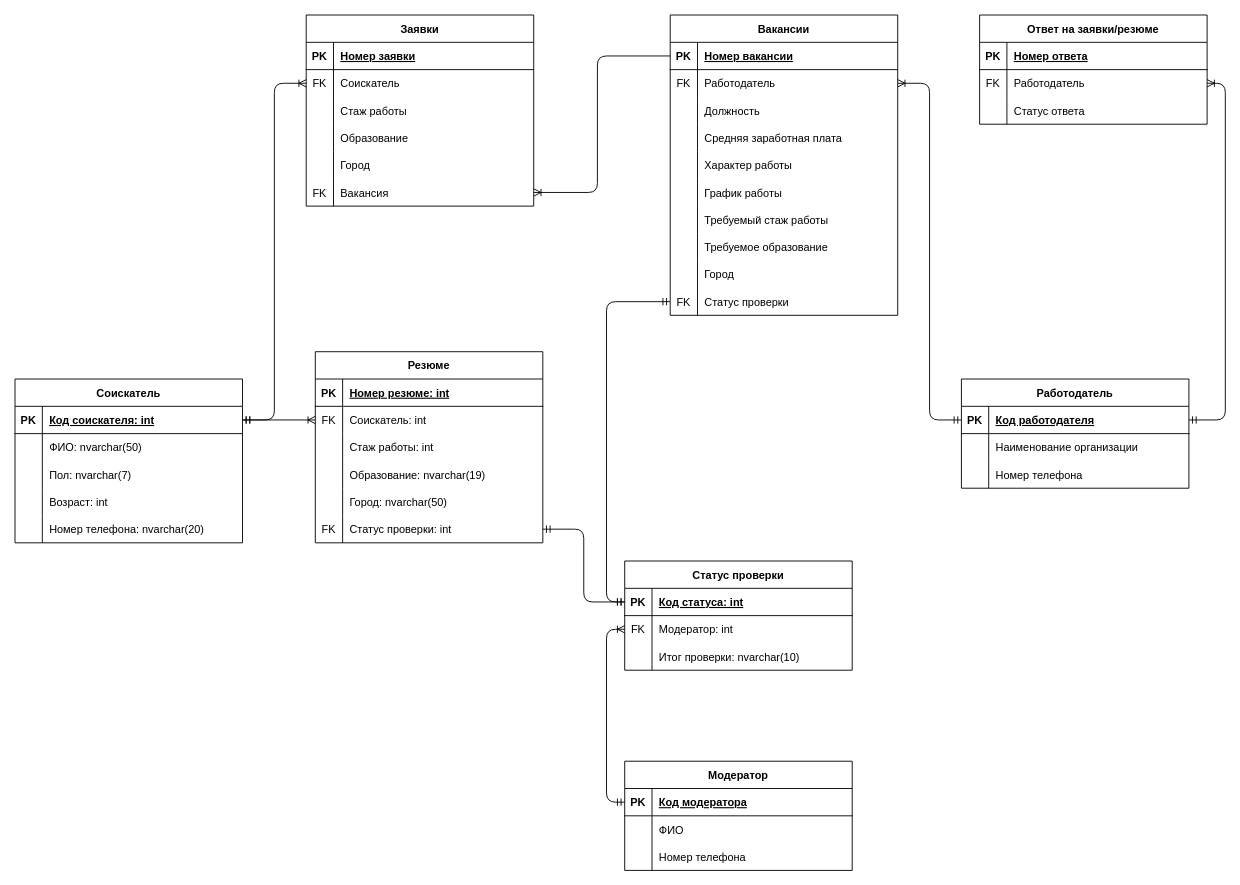
The draw.io diagram Diagrams/Entity Relationship Diagram.drawio in FullOfDelirium/Employment-agency, before the edit. Source tidied: cells renumbered, new cells numbered last; positions are measured from the earlier drawing's top-left corner, leaving out a move shared by most shapes. Both pictures are drawn from the tidied source at 91%, with x=0, y=0 at pixel (15, 15).
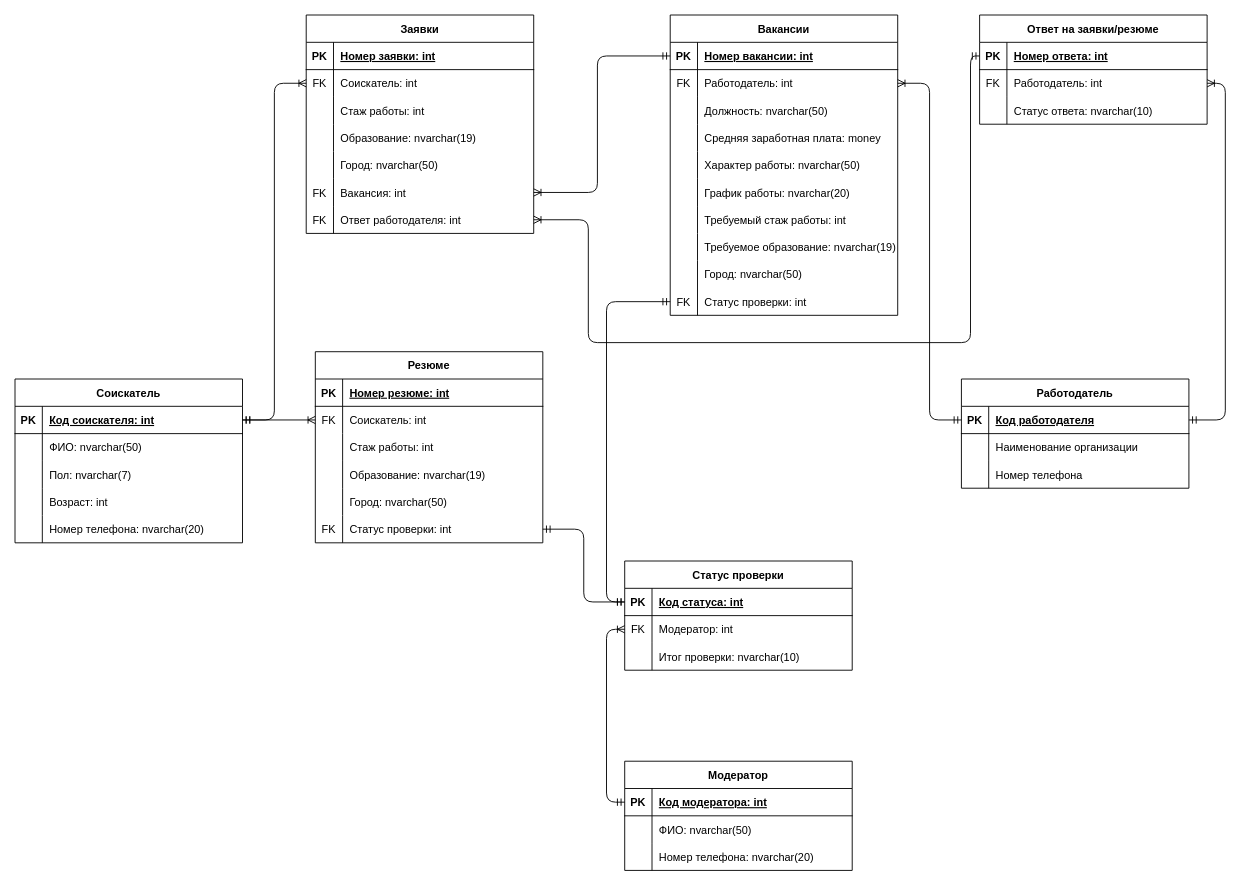
The same diagram, later.

Unchanged cells that the change refers to:
```xml
<mxCell id="22" style="shape=partialRectangle;fillColor=none;points=[[0,0.5],[1,0.5]];portConstraint=eastwest;top=0;left=0;right=0;bottom=1;" parent="21" vertex="1">
  <mxGeometry y="30" width="250" height="30" as="geometry" />
</mxCell>
<mxCell id="25" style="shape=partialRectangle;fillColor=none;points=[[0,0.5],[1,0.5]];portConstraint=eastwest;top=0;left=0;right=0;bottom=0;" parent="21" vertex="1">
  <mxGeometry y="60" width="250" height="30" as="geometry" />
</mxCell>
<mxCell id="28" style="shape=partialRectangle;fillColor=none;top=0;left=0;right=0;bottom=0;" parent="21" vertex="1">
  <mxGeometry y="90" width="250" height="30" as="geometry" />
</mxCell>
<mxCell id="31" style="shape=partialRectangle;fillColor=none;top=0;left=0;right=0;bottom=0;" parent="21" vertex="1">
  <mxGeometry y="120" width="250" height="30" as="geometry" />
</mxCell>
<mxCell id="34" style="shape=partialRectangle;fillColor=none;top=0;left=0;right=0;bottom=0;" parent="21" vertex="1">
  <mxGeometry y="150" width="250" height="30" as="geometry" />
</mxCell>
<mxCell id="37" style="shape=partialRectangle;fillColor=none;top=0;left=0;right=0;bottom=0;" parent="21" vertex="1">
  <mxGeometry y="180" width="250" height="30" as="geometry" />
</mxCell>
<mxCell id="40" style="shape=partialRectangle;fillColor=none;top=0;left=0;right=0;bottom=0;" parent="21" vertex="1">
  <mxGeometry y="210" width="250" height="30" as="geometry" />
</mxCell>
<mxCell id="43" style="shape=partialRectangle;fillColor=none;top=0;left=0;right=0;bottom=0;" parent="21" vertex="1">
  <mxGeometry y="240" width="250" height="30" as="geometry" />
</mxCell>
<mxCell id="46" style="shape=partialRectangle;fillColor=none;top=0;left=0;right=0;bottom=0;" parent="21" vertex="1">
  <mxGeometry y="270" width="250" height="30" as="geometry" />
</mxCell>
<mxCell id="49" style="shape=partialRectangle;fillColor=none;points=[[0,0.5],[1,0.5]];portConstraint=eastwest;top=0;left=0;right=0;bottom=0;" parent="21" vertex="1">
  <mxGeometry y="300" width="250" height="30" as="geometry" />
</mxCell>
<mxCell id="53" style="shape=partialRectangle;fillColor=none;top=0;left=0;right=0;bottom=1;" parent="52" vertex="1">
  <mxGeometry y="30" width="250" height="30" as="geometry" />
</mxCell>
<mxCell id="56" style="shape=partialRectangle;fillColor=none;points=[[0,0.5],[1,0.5]];portConstraint=eastwest;top=0;left=0;right=0;bottom=0;" parent="52" vertex="1">
  <mxGeometry y="60" width="250" height="30" as="geometry" />
</mxCell>
<mxCell id="59" style="shape=partialRectangle;fillColor=none;top=0;left=0;right=0;bottom=0;" parent="52" vertex="1">
  <mxGeometry y="90" width="250" height="30" as="geometry" />
</mxCell>
<mxCell id="62" style="shape=partialRectangle;fillColor=none;top=0;left=0;right=0;bottom=0;" parent="52" vertex="1">
  <mxGeometry y="120" width="250" height="30" as="geometry" />
</mxCell>
<mxCell id="65" style="shape=partialRectangle;fillColor=none;top=0;left=0;right=0;bottom=0;" parent="52" vertex="1">
  <mxGeometry y="150" width="250" height="30" as="geometry" />
</mxCell>
<mxCell id="68" style="shape=partialRectangle;fillColor=none;points=[[0,0.5],[1,0.5]];portConstraint=eastwest;top=0;left=0;right=0;bottom=0;" parent="52" vertex="1">
  <mxGeometry y="180" width="250" height="30" as="geometry" />
</mxCell>
<mxCell id="98" style="shape=partialRectangle;fillColor=none;points=[[0,0.5],[1,0.5]];portConstraint=eastwest;top=0;left=0;right=0;bottom=1;" parent="97" vertex="1">
  <mxGeometry y="30" width="250" height="30" as="geometry" />
</mxCell>
<mxCell id="101" style="shape=partialRectangle;fillColor=none;top=0;left=0;right=0;bottom=0;strokeColor=default;fontColor=default;" parent="97" vertex="1">
  <mxGeometry y="60" width="250" height="30" as="geometry" />
</mxCell>
<mxCell id="104" style="shape=partialRectangle;fillColor=none;top=0;left=0;right=0;bottom=0;" parent="97" vertex="1">
  <mxGeometry y="90" width="250" height="30" as="geometry" />
</mxCell>
<mxCell id="111" style="shape=partialRectangle;fillColor=none;points=[[0,0.5],[1,0.5]];portConstraint=eastwest;top=0;left=0;right=0;bottom=1;" parent="110" vertex="1">
  <mxGeometry y="30" width="250" height="30" as="geometry" />
</mxCell>
<mxCell id="114" style="shape=partialRectangle;fillColor=none;points=[[0,0.5],[1,0.5]];portConstraint=eastwest;top=0;left=0;right=0;bottom=0;" parent="110" vertex="1">
  <mxGeometry y="60" width="250" height="30" as="geometry" />
</mxCell>
<mxCell id="117" style="shape=partialRectangle;fillColor=none;top=0;left=0;right=0;bottom=0;" parent="110" vertex="1">
  <mxGeometry y="90" width="250" height="30" as="geometry" />
</mxCell>
```

The edit, as a diff of the source:
```diff
@@
-    <mxCell id="24" value="Номер вакансии" style="shape=partialRectangle;overflow=hidden;fillColor=none;top=0;left=0;bottom=0;right=0;align=left;spacingLeft=6;fontStyle=5;" parent="22" vertex="1">
+    <mxCell id="24" value="Номер вакансии: int" style="shape=partialRectangle;overflow=hidden;fillColor=none;top=0;left=0;bottom=0;right=0;align=left;spacingLeft=6;fontStyle=5;" parent="22" vertex="1">
       <mxGeometry x="30" width="220" height="30" as="geometry" />
     </mxCell>
@@
-    <mxCell id="27" value="Работодатель" style="shape=partialRectangle;overflow=hidden;fillColor=none;top=0;left=0;bottom=0;right=0;align=left;spacingLeft=6;fontColor=default;" parent="25" vertex="1">
+    <mxCell id="27" value="Работодатель: int" style="shape=partialRectangle;overflow=hidden;fillColor=none;top=0;left=0;bottom=0;right=0;align=left;spacingLeft=6;fontColor=default;" parent="25" vertex="1">
       <mxGeometry x="30" width="220" height="30" as="geometry" />
     </mxCell>
@@
-    <mxCell id="30" value="Должность" style="shape=partialRectangle;overflow=hidden;fillColor=none;top=0;left=0;bottom=0;right=0;align=left;spacingLeft=6;" parent="28" vertex="1">
+    <mxCell id="30" value="Должность: nvarchar(50)" style="shape=partialRectangle;overflow=hidden;fillColor=none;top=0;left=0;bottom=0;right=0;align=left;spacingLeft=6;" parent="28" vertex="1">
       <mxGeometry x="30" width="220" height="30" as="geometry" />
     </mxCell>
@@
-    <mxCell id="33" value="Средняя заработная плата" style="shape=partialRectangle;overflow=hidden;fillColor=none;top=0;left=0;bottom=0;right=0;align=left;spacingLeft=6;" parent="31" vertex="1">
+    <mxCell id="33" value="Средняя заработная плата: money" style="shape=partialRectangle;overflow=hidden;fillColor=none;top=0;left=0;bottom=0;right=0;align=left;spacingLeft=6;" parent="31" vertex="1">
       <mxGeometry x="30" width="220" height="30" as="geometry" />
     </mxCell>
@@
-    <mxCell id="36" value="Характер работы" style="shape=partialRectangle;overflow=hidden;fillColor=none;top=0;left=0;bottom=0;right=0;align=left;spacingLeft=6;" parent="34" vertex="1">
+    <mxCell id="36" value="Характер работы: nvarchar(50)" style="shape=partialRectangle;overflow=hidden;fillColor=none;top=0;left=0;bottom=0;right=0;align=left;spacingLeft=6;" parent="34" vertex="1">
       <mxGeometry x="30" width="220" height="30" as="geometry" />
     </mxCell>
@@
-    <mxCell id="39" value="График работы" style="shape=partialRectangle;overflow=hidden;fillColor=none;top=0;left=0;bottom=0;right=0;align=left;spacingLeft=6;" parent="37" vertex="1">
+    <mxCell id="39" value="График работы: nvarchar(20)" style="shape=partialRectangle;overflow=hidden;fillColor=none;top=0;left=0;bottom=0;right=0;align=left;spacingLeft=6;" parent="37" vertex="1">
       <mxGeometry x="30" width="220" height="30" as="geometry" />
     </mxCell>
@@
-    <mxCell id="42" value="Требуемый стаж работы" style="shape=partialRectangle;overflow=hidden;fillColor=none;top=0;left=0;bottom=0;right=0;align=left;spacingLeft=6;" parent="40" vertex="1">
+    <mxCell id="42" value="Требуемый стаж работы: int" style="shape=partialRectangle;overflow=hidden;fillColor=none;top=0;left=0;bottom=0;right=0;align=left;spacingLeft=6;" parent="40" vertex="1">
       <mxGeometry x="30" width="220" height="30" as="geometry" />
     </mxCell>
@@
-    <mxCell id="45" value="Требуемое образование" style="shape=partialRectangle;overflow=hidden;fillColor=none;top=0;left=0;bottom=0;right=0;align=left;spacingLeft=6;" parent="43" vertex="1">
+    <mxCell id="45" value="Требуемое образование: nvarchar(19)" style="shape=partialRectangle;overflow=hidden;fillColor=none;top=0;left=0;bottom=0;right=0;align=left;spacingLeft=6;" parent="43" vertex="1">
       <mxGeometry x="30" width="220" height="30" as="geometry" />
     </mxCell>
@@
-    <mxCell id="48" value="Город" style="shape=partialRectangle;overflow=hidden;fillColor=none;top=0;left=0;bottom=0;right=0;align=left;spacingLeft=6;" parent="46" vertex="1">
+    <mxCell id="48" value="Город: nvarchar(50)" style="shape=partialRectangle;overflow=hidden;fillColor=none;top=0;left=0;bottom=0;right=0;align=left;spacingLeft=6;" parent="46" vertex="1">
       <mxGeometry x="30" width="220" height="30" as="geometry" />
     </mxCell>
@@
-    <mxCell id="51" value="Статус проверки" style="shape=partialRectangle;overflow=hidden;fillColor=none;top=0;left=0;bottom=0;right=0;align=left;spacingLeft=6;" parent="49" vertex="1">
+    <mxCell id="51" value="Статус проверки: int" style="shape=partialRectangle;overflow=hidden;fillColor=none;top=0;left=0;bottom=0;right=0;align=left;spacingLeft=6;" parent="49" vertex="1">
       <mxGeometry x="30" width="220" height="30" as="geometry" />
     </mxCell>
     <mxCell id="52" value="Заявки" style="shape=table;startSize=30;childLayout=tableLayout;rowLines=0;fontStyle=1;align=center;fillColor=default;strokeColor=default;fontColor=default;" parent="1" vertex="1">
-      <mxGeometry x="320" width="250" height="210" as="geometry" />
+      <mxGeometry x="320" width="250" height="240" as="geometry" />
     </mxCell>
@@
-    <mxCell id="55" value="Номер заявки" style="shape=partialRectangle;overflow=hidden;fillColor=none;top=0;left=0;bottom=0;right=0;align=left;spacingLeft=6;fontStyle=5;fontColor=default;" parent="53" vertex="1">
+    <mxCell id="55" value="Номер заявки: int" style="shape=partialRectangle;overflow=hidden;fillColor=none;top=0;left=0;bottom=0;right=0;align=left;spacingLeft=6;fontStyle=5;fontColor=default;" parent="53" vertex="1">
       <mxGeometry x="30" width="220" height="30" as="geometry" />
     </mxCell>
@@
-    <mxCell id="58" value="Соискатель" style="shape=partialRectangle;overflow=hidden;fillColor=none;top=0;left=0;bottom=0;right=0;align=left;spacingLeft=6;fontColor=default;" parent="56" vertex="1">
+    <mxCell id="58" value="Соискатель: int" style="shape=partialRectangle;overflow=hidden;fillColor=none;top=0;left=0;bottom=0;right=0;align=left;spacingLeft=6;fontColor=default;" parent="56" vertex="1">
       <mxGeometry x="30" width="220" height="30" as="geometry" />
     </mxCell>
@@
-    <mxCell id="61" value="Стаж работы" style="shape=partialRectangle;overflow=hidden;fillColor=none;top=0;left=0;bottom=0;right=0;align=left;spacingLeft=6;" parent="59" vertex="1">
+    <mxCell id="61" value="Стаж работы: int" style="shape=partialRectangle;overflow=hidden;fillColor=none;top=0;left=0;bottom=0;right=0;align=left;spacingLeft=6;" parent="59" vertex="1">
       <mxGeometry x="30" width="220" height="30" as="geometry" />
     </mxCell>
@@
-    <mxCell id="64" value="Образование" style="shape=partialRectangle;overflow=hidden;fillColor=none;top=0;left=0;bottom=0;right=0;align=left;spacingLeft=6;" parent="62" vertex="1">
+    <mxCell id="64" value="Образование: nvarchar(19)" style="shape=partialRectangle;overflow=hidden;fillColor=none;top=0;left=0;bottom=0;right=0;align=left;spacingLeft=6;" parent="62" vertex="1">
       <mxGeometry x="30" width="220" height="30" as="geometry" />
     </mxCell>
@@
-    <mxCell id="67" value="Город" style="shape=partialRectangle;overflow=hidden;fillColor=none;top=0;left=0;bottom=0;right=0;align=left;spacingLeft=6;" parent="65" vertex="1">
+    <mxCell id="67" value="Город: nvarchar(50)" style="shape=partialRectangle;overflow=hidden;fillColor=none;top=0;left=0;bottom=0;right=0;align=left;spacingLeft=6;" parent="65" vertex="1">
       <mxGeometry x="30" width="220" height="30" as="geometry" />
     </mxCell>
@@
-    <mxCell id="70" value="Вакансия" style="shape=partialRectangle;overflow=hidden;fillColor=none;top=0;left=0;bottom=0;right=0;align=left;spacingLeft=6;" parent="68" vertex="1">
+    <mxCell id="70" value="Вакансия: int" style="shape=partialRectangle;overflow=hidden;fillColor=none;top=0;left=0;bottom=0;right=0;align=left;spacingLeft=6;" parent="68" vertex="1">
       <mxGeometry x="30" width="220" height="30" as="geometry" />
     </mxCell>
+    <mxCell id="135" style="shape=partialRectangle;fillColor=none;points=[[0,0.5],[1,0.5]];portConstraint=eastwest;top=0;left=0;right=0;bottom=0;" parent="52" vertex="1">
+      <mxGeometry y="210" width="250" height="30" as="geometry" />
+    </mxCell>
+    <mxCell id="136" value="FK" style="shape=partialRectangle;overflow=hidden;fillColor=none;top=0;left=0;bottom=0;right=0;" parent="135" vertex="1">
+      <mxGeometry width="30" height="30" as="geometry" />
+    </mxCell>
+    <mxCell id="137" value="Ответ работодателя: int" style="shape=partialRectangle;overflow=hidden;fillColor=none;top=0;left=0;bottom=0;right=0;align=left;spacingLeft=6;" parent="135" vertex="1">
+      <mxGeometry x="30" width="220" height="30" as="geometry" />
+    </mxCell>
@@
-    <mxCell id="100" value="Код модератора" style="shape=partialRectangle;overflow=hidden;fillColor=none;top=0;left=0;bottom=0;right=0;align=left;spacingLeft=6;fontStyle=5;fontColor=default;" parent="98" vertex="1">
+    <mxCell id="100" value="Код модератора: int" style="shape=partialRectangle;overflow=hidden;fillColor=none;top=0;left=0;bottom=0;right=0;align=left;spacingLeft=6;fontStyle=5;fontColor=default;" parent="98" vertex="1">
       <mxGeometry x="30" width="220" height="30" as="geometry" />
     </mxCell>
@@
-    <mxCell id="103" value="ФИО" style="shape=partialRectangle;overflow=hidden;fillColor=none;top=0;left=0;bottom=0;right=0;align=left;spacingLeft=6;fontColor=default;" parent="101" vertex="1">
+    <mxCell id="103" value="ФИО: nvarchar(50)" style="shape=partialRectangle;overflow=hidden;fillColor=none;top=0;left=0;bottom=0;right=0;align=left;spacingLeft=6;fontColor=default;" parent="101" vertex="1">
       <mxGeometry x="30" width="220" height="30" as="geometry" />
     </mxCell>
@@
-    <mxCell id="106" value="Номер телефона" style="shape=partialRectangle;overflow=hidden;fillColor=none;top=0;left=0;bottom=0;right=0;align=left;spacingLeft=6;fontColor=default;" parent="104" vertex="1">
+    <mxCell id="106" value="Номер телефона: nvarchar(20)" style="shape=partialRectangle;overflow=hidden;fillColor=none;top=0;left=0;bottom=0;right=0;align=left;spacingLeft=6;fontColor=default;" parent="104" vertex="1">
       <mxGeometry x="30" width="220" height="30" as="geometry" />
     </mxCell>
@@
-    <mxCell id="113" value="Номер ответа" style="shape=partialRectangle;overflow=hidden;fillColor=none;top=0;left=0;bottom=0;right=0;align=left;spacingLeft=6;fontStyle=5;fontColor=default;" parent="111" vertex="1">
+    <mxCell id="113" value="Номер ответа: int" style="shape=partialRectangle;overflow=hidden;fillColor=none;top=0;left=0;bottom=0;right=0;align=left;spacingLeft=6;fontStyle=5;fontColor=default;" parent="111" vertex="1">
       <mxGeometry x="30" width="220" height="30" as="geometry" />
     </mxCell>
@@
-    <mxCell id="116" value="Работодатель" style="shape=partialRectangle;overflow=hidden;fillColor=none;top=0;left=0;bottom=0;right=0;align=left;spacingLeft=6;" parent="114" vertex="1">
+    <mxCell id="116" value="Работодатель: int" style="shape=partialRectangle;overflow=hidden;fillColor=none;top=0;left=0;bottom=0;right=0;align=left;spacingLeft=6;" parent="114" vertex="1">
       <mxGeometry x="30" width="220" height="30" as="geometry" />
     </mxCell>
@@
-    <mxCell id="119" value="Статус ответа" style="shape=partialRectangle;overflow=hidden;fillColor=none;top=0;left=0;bottom=0;right=0;align=left;spacingLeft=6;" parent="117" vertex="1">
+    <mxCell id="119" value="Статус ответа: nvarchar(10)" style="shape=partialRectangle;overflow=hidden;fillColor=none;top=0;left=0;bottom=0;right=0;align=left;spacingLeft=6;" parent="117" vertex="1">
       <mxGeometry x="30" width="220" height="30" as="geometry" />
     </mxCell>
@@
-    <mxCell id="121" style="edgeStyle=orthogonalEdgeStyle;rounded=1;jettySize=auto;html=1;entryX=1;entryY=0.5;entryDx=0;entryDy=0;endArrow=ERoneToMany;endFill=0;exitX=0;exitY=0.5;exitDx=0;exitDy=0;" parent="1" edge="1" source="22" target="68">
+    <mxCell id="121" style="edgeStyle=orthogonalEdgeStyle;rounded=1;jettySize=auto;html=1;entryX=1;entryY=0.5;entryDx=0;entryDy=0;endArrow=ERoneToMany;endFill=0;exitX=0;exitY=0.5;exitDx=0;exitDy=0;startArrow=ERmandOne;startFill=0;" parent="1" edge="1" source="22" target="68">
       <mxGeometry relative="1" as="geometry">
         <Array as="points">
           <mxPoint x="640" y="45" />
           <mxPoint x="640" y="195" />
         </Array>
       </mxGeometry>
     </mxCell>
@@
+    <mxCell id="138" style="edgeStyle=orthogonalEdgeStyle;rounded=1;jettySize=auto;html=1;entryX=1;entryY=0.5;entryDx=0;entryDy=0;startArrow=ERmandOne;startFill=0;endArrow=ERoneToMany;endFill=0;" parent="1" edge="1" source="111" target="135">
+      <mxGeometry relative="1" as="geometry">
+        <Array as="points">
+          <mxPoint x="1050" y="45" />
+          <mxPoint x="1050" y="360" />
+          <mxPoint x="630" y="360" />
+          <mxPoint x="630" y="225" />
+        </Array>
+      </mxGeometry>
+    </mxCell>
```
